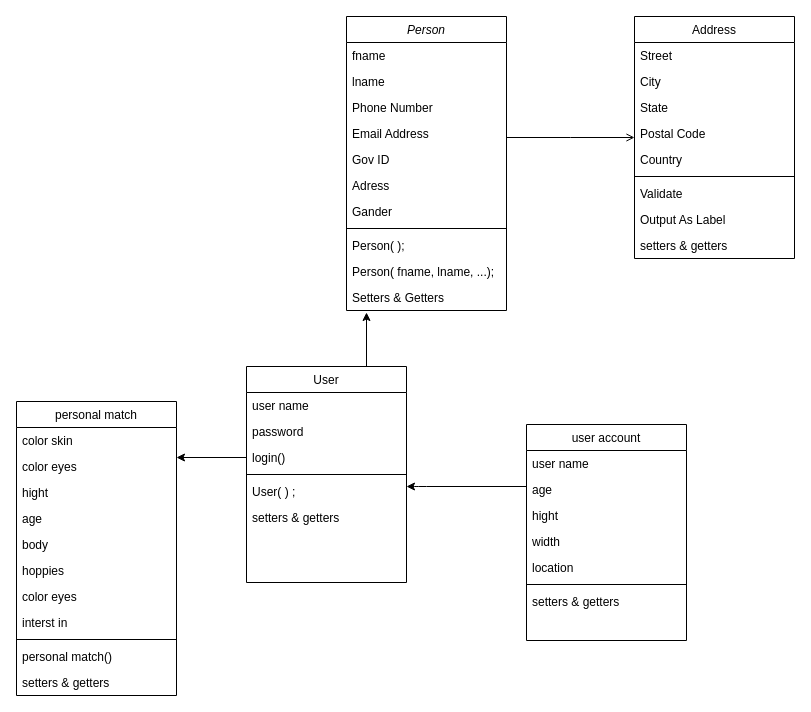
The draw.io diagram Untitled Diagram.drawio in modsyan/JuniorProject, before the edit. Source tidied: cells renumbered, new cells numbered last; positions are measured from the earlier drawing's top-left corner, leaving out a move shared by most shapes. Both pictures are drawn from the tidied source at 100%, with x=0, y=0 at pixel (16, 16).
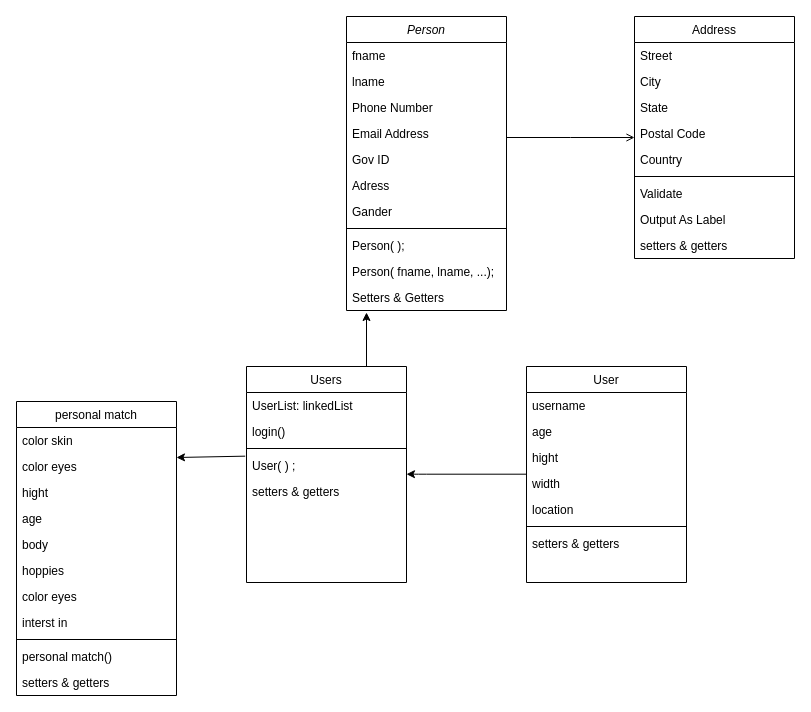
After the change.

The change refers to these unchanged cells:
```xml
<mxCell id="35" value="color eyes" style="text;align=left;verticalAlign=top;spacingLeft=4;spacingRight=4;overflow=hidden;points=[[0,0.5],[1,0.5]];portConstraint=eastwest;rounded=0;shadow=0;html=0;" parent="33" vertex="1">
  <mxGeometry y="52" width="160" height="26" as="geometry" />
</mxCell>
```

What changed in the source:
```diff
@@
-    <mxCell id="15" value="User" style="swimlane;fontStyle=0;align=center;verticalAlign=top;horizontal=1;startSize=26;rounded=0;shadow=0;strokeWidth=1;" parent="1" vertex="1">
+    <mxCell id="15" value="Users" style="swimlane;fontStyle=0;align=center;verticalAlign=top;horizontal=1;startSize=26;rounded=0;shadow=0;strokeWidth=1;" parent="1" vertex="1">
       <mxGeometry x="230" y="350" width="160" height="216" as="geometry" />
     </mxCell>
-    <mxCell id="16" value="user name" style="text;align=left;verticalAlign=top;spacingLeft=4;spacingRight=4;overflow=hidden;rounded=0;shadow=0;html=0;" parent="15" vertex="1">
+    <mxCell id="16" value="UserList: linkedList" style="text;align=left;verticalAlign=top;spacingLeft=4;spacingRight=4;overflow=hidden;rounded=0;shadow=0;html=0;" parent="15" vertex="1">
       <mxGeometry y="26" width="160" height="26" as="geometry" />
     </mxCell>
-    <mxCell id="17" value="password" style="text;align=left;verticalAlign=top;spacingLeft=4;spacingRight=4;overflow=hidden;rounded=0;shadow=0;html=0;" parent="15" vertex="1">
-      <mxGeometry y="52" width="160" height="26" as="geometry" />
-    </mxCell>
     <mxCell id="18" value="login()" style="text;align=left;verticalAlign=top;spacingLeft=4;spacingRight=4;overflow=hidden;points=[[0,0.5],[1,0.5]];portConstraint=eastwest;rounded=0;shadow=0;html=0;" parent="15" vertex="1">
-      <mxGeometry y="78" width="160" height="26" as="geometry" />
+      <mxGeometry y="52" width="160" height="26" as="geometry" />
     </mxCell>
     <mxCell id="19" style="line;html=1;strokeWidth=1;align=left;verticalAlign=middle;spacingTop=-1;spacingLeft=3;spacingRight=3;labelPosition=right;" parent="15" vertex="1">
-      <mxGeometry y="104" width="160" height="8" as="geometry" />
+      <mxGeometry y="78" width="160" height="8" as="geometry" />
     </mxCell>
     <mxCell id="20" value="User( ) ;" style="text;align=left;verticalAlign=top;spacingLeft=4;spacingRight=4;overflow=hidden;points=[[0,0.5],[1,0.5]];portConstraint=eastwest;rounded=0;shadow=0;html=0;" parent="15" vertex="1">
-      <mxGeometry y="112" width="160" height="26" as="geometry" />
+      <mxGeometry y="86" width="160" height="26" as="geometry" />
     </mxCell>
     <mxCell id="21" value="setters &amp; getters" style="text;align=left;verticalAlign=top;spacingLeft=4;spacingRight=4;overflow=hidden;rounded=0;shadow=0;html=0;" parent="15" vertex="1">
-      <mxGeometry y="138" width="160" height="26" as="geometry" />
+      <mxGeometry y="112" width="160" height="26" as="geometry" />
     </mxCell>
@@
-    <mxCell id="45" value="user account" style="swimlane;fontStyle=0;align=center;verticalAlign=top;horizontal=1;startSize=26;rounded=0;shadow=0;strokeWidth=1;" parent="1" vertex="1">
-      <mxGeometry x="510" y="408" width="160" height="216" as="geometry" />
+    <mxCell id="45" value="User" style="swimlane;fontStyle=0;align=center;verticalAlign=top;horizontal=1;startSize=26;rounded=0;shadow=0;strokeWidth=1;" parent="1" vertex="1">
+      <mxGeometry x="510" y="350" width="160" height="216" as="geometry" />
     </mxCell>
-    <mxCell id="46" value="user name" style="text;align=left;verticalAlign=top;spacingLeft=4;spacingRight=4;overflow=hidden;rounded=0;shadow=0;html=0;" parent="45" vertex="1">
+    <mxCell id="46" value="username" style="text;align=left;verticalAlign=top;spacingLeft=4;spacingRight=4;overflow=hidden;rounded=0;shadow=0;html=0;" parent="45" vertex="1">
       <mxGeometry y="26" width="160" height="26" as="geometry" />
     </mxCell>
@@
     <mxCell id="53" style="edgeStyle=none;html=1;" parent="1" edge="1">
       <mxGeometry relative="1" as="geometry">
-        <mxPoint x="510" y="470" as="sourcePoint" />
-        <mxPoint x="390" y="470" as="targetPoint" />
+        <mxPoint x="510" y="457.7" as="sourcePoint" />
+        <mxPoint x="390" y="457.7" as="targetPoint" />
         <Array as="points">
-          <mxPoint x="400" y="470" />
+          <mxPoint x="400" y="457.7" />
         </Array>
       </mxGeometry>
     </mxCell>
-    <mxCell id="54" style="edgeStyle=none;html=1;entryX=1;entryY=0.154;entryDx=0;entryDy=0;entryPerimeter=0;" parent="1" edge="1" source="18" target="35">
+    <mxCell id="54" style="edgeStyle=none;html=1;entryX=1;entryY=0.154;entryDx=0;entryDy=0;entryPerimeter=0;exitX=-0.008;exitY=0.141;exitDx=0;exitDy=0;exitPerimeter=0;" parent="1" edge="1" source="20" target="35">
       <mxGeometry relative="1" as="geometry" />
     </mxCell>
```
